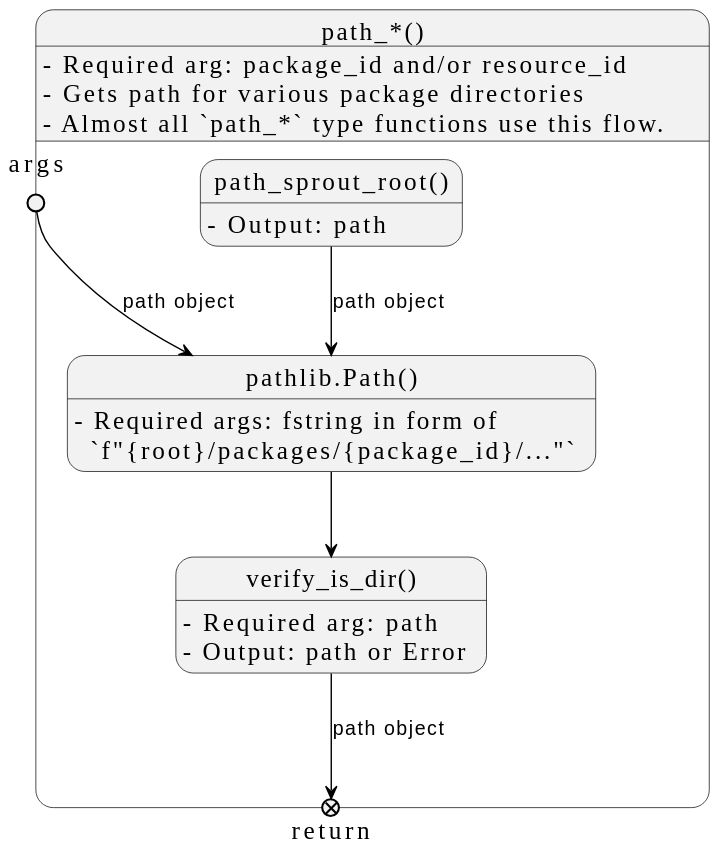
seedcase-project/seedcase-sprout keeps this PlantUML diagram as docs/design/implementation/images/core/path-generic.svg. Above is the earlier version. The source it was exported from:
```plantuml
@startuml
!theme seedcase from https://raw.githubusercontent.com/seedcase-project/seedcase-theme/main

state "path_*()" as pr {
  pr : - Required arg: package_id and/or resource_id
  pr : - Gets path for various package directories
  pr : - Almost all `path_*` type functions use this flow.

  state args <<entryPoint>>

  state "path_sprout_root()" as psr
  psr : - Output: path

  state "pathlib.Path()" as path
  path : - Required args: fstring in form of\n  `f"{root}/packages/{package_id}/..."`
  psr --> path : path object
  args --> path : path object

  state "verify_is_dir()" as vid
  vid : - Required arg: path
  vid : - Output: path or Error
  path --> vid

  state return <<exitPoint>>
  vid --> return : path object
}
@enduml
```
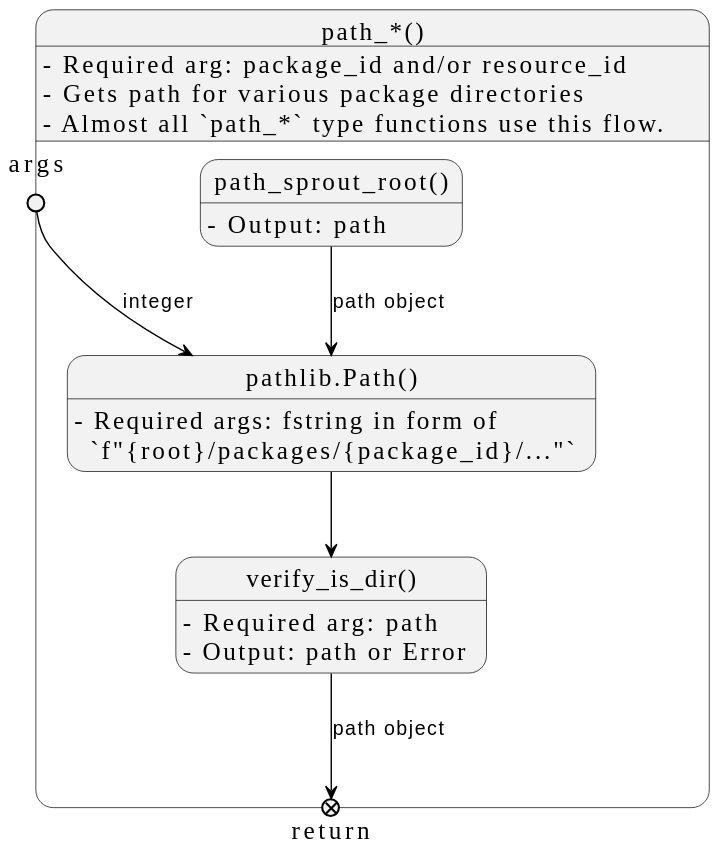
The same file after the commit.

Commit message:
chore: :building_construction: regenerate plantuml file

What changed in the source:
```diff
@@ -14,7 +14,7 @@
   state "pathlib.Path()" as path
   path : - Required args: fstring in form of\n  `f"{root}/packages/{package_id}/..."`
   psr --> path : path object
-  args --> path : path object
+  args --> path : integer
 
   state "verify_is_dir()" as vid
   vid : - Required arg: path
```
